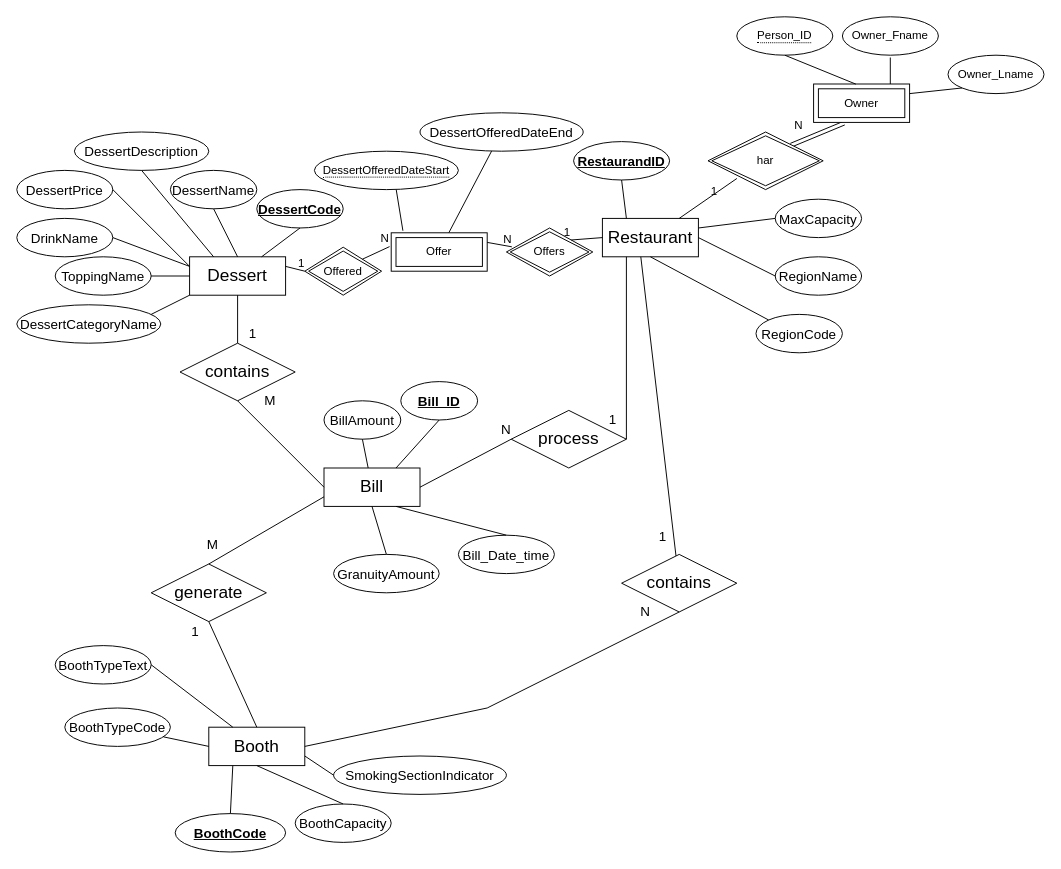
PyroG8r/Databaser-DT139G keeps this draw.io diagram as Labb3/N1/Dessert_DiagramN1.drawio. Above is the earlier version. Source tidied: cells renumbered, new cells numbered last; positions are measured from the earlier drawing's top-left corner, leaving out a move shared by most shapes. Both pictures are drawn from the tidied source at 96%, with x=0, y=0 at pixel (16, 16).
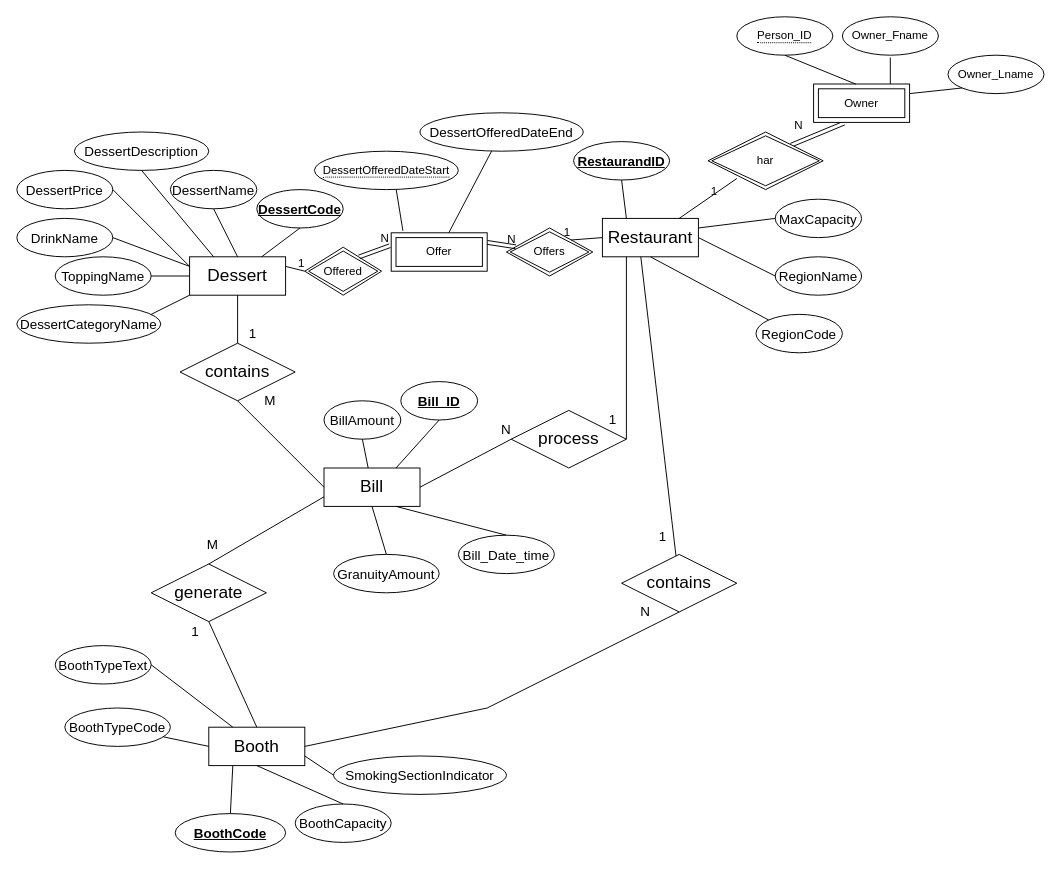
The same diagram, later.

The change refers to these unchanged cells:
```xml
<mxCell id="81" value="Offer" style="shape=ext;margin=3;double=1;whiteSpace=wrap;html=1;align=center;" parent="1" vertex="1">
  <mxGeometry x="390" y="225" width="100" height="40" as="geometry" />
</mxCell>
<mxCell id="82" value="Offered" style="shape=rhombus;double=1;perimeter=rhombusPerimeter;whiteSpace=wrap;html=1;align=center;" parent="1" vertex="1">
  <mxGeometry x="300" y="240" width="80" height="50" as="geometry" />
</mxCell>
<mxCell id="83" value="Offers" style="shape=rhombus;double=1;perimeter=rhombusPerimeter;whiteSpace=wrap;html=1;align=center;" parent="1" vertex="1">
  <mxGeometry x="510" y="220" width="90" height="50" as="geometry" />
</mxCell>
```

Diff of the diagram source:
```diff
@@
-    <mxCell id="87" style="endArrow=none;html=1;rounded=0;exitX=1;exitY=0;exitDx=0;exitDy=0;entryX=-0.017;entryY=0.36;entryDx=0;entryDy=0;entryPerimeter=0;" parent="1" edge="1" source="82" target="81">
-      <mxGeometry relative="1" as="geometry" />
-    </mxCell>
-    <mxCell id="88" value="N" style="html=1;align=right;verticalAlign=bottom;" parent="87" vertex="1">
-      <mxGeometry x="1" relative="1" as="geometry" />
-    </mxCell>
@@
+    <mxCell id="87" style="shape=link;html=1;rounded=0;exitX=0.706;exitY=0.203;exitDx=0;exitDy=0;exitPerimeter=0;entryX=-0.014;entryY=0.337;entryDx=0;entryDy=0;entryPerimeter=0;" parent="1" edge="1" source="82" target="81">
+      <mxGeometry relative="1" as="geometry" />
+    </mxCell>
+    <mxCell id="93" value="N" style="html=1;align=right;verticalAlign=bottom;" parent="87" vertex="1">
+      <mxGeometry x="1" relative="1" as="geometry" />
+    </mxCell>
-    <mxCell id="91" style="endArrow=none;html=1;rounded=0;exitX=1;exitY=0.25;exitDx=0;exitDy=0;entryX=0.063;entryY=0.392;entryDx=0;entryDy=0;entryPerimeter=0;" parent="1" edge="1" source="81" target="83">
+    <mxCell id="91" style="shape=link;html=1;rounded=0;exitX=1;exitY=0.25;exitDx=0;exitDy=0;" parent="1" edge="1" source="81" target="83">
       <mxGeometry relative="1" as="geometry" />
     </mxCell>
-    <mxCell id="92" value="N" style="html=1;align=right;verticalAlign=bottom;" parent="91" vertex="1">
-      <mxGeometry x="1" relative="1" as="geometry" />
-    </mxCell>
+    <mxCell id="94" value="N" style="html=1;align=right;verticalAlign=bottom;" parent="91" vertex="1">
+      <mxGeometry x="1" relative="1" as="geometry" />
+    </mxCell>
```
